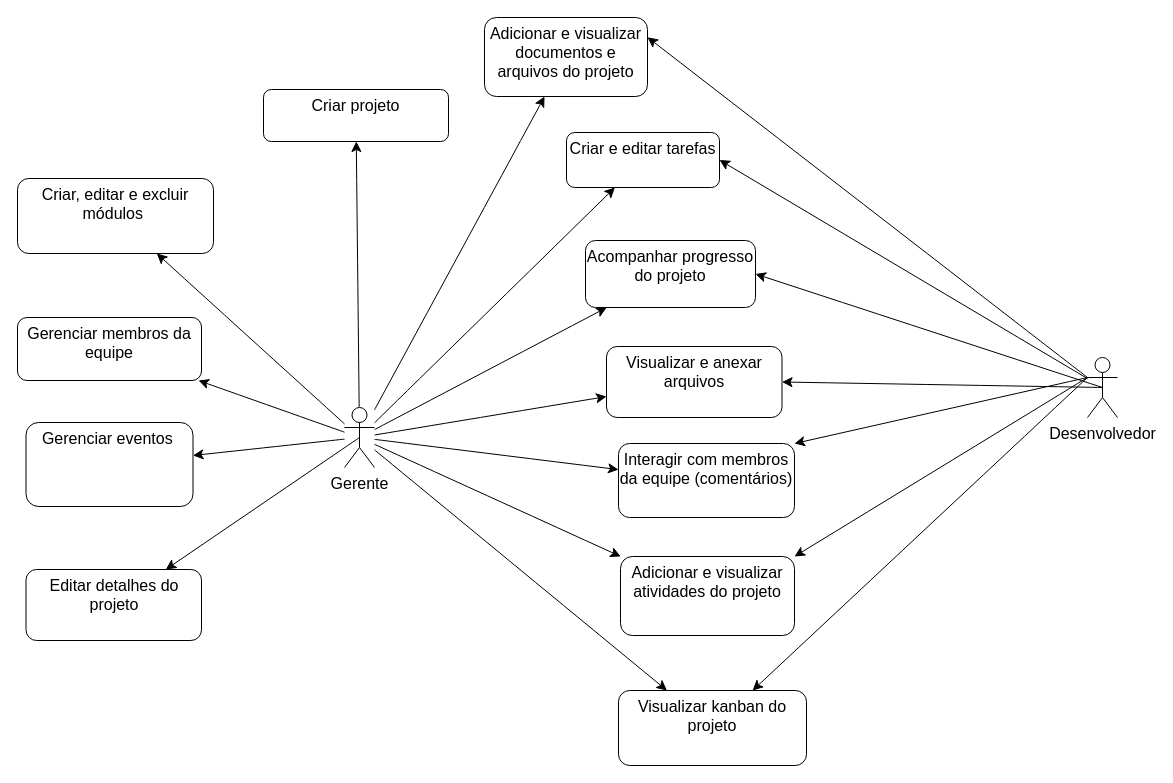
The draw.io diagram Questões/cdu.drawio in FlavioCandidoSilva/2020_1_POO, before the edit. Source tidied: cells renumbered, new cells numbered last; positions are measured from the earlier drawing's top-left corner, leaving out a move shared by most shapes. Both pictures are drawn from the tidied source at 100%, with x=0, y=0 at pixel (17, 17).
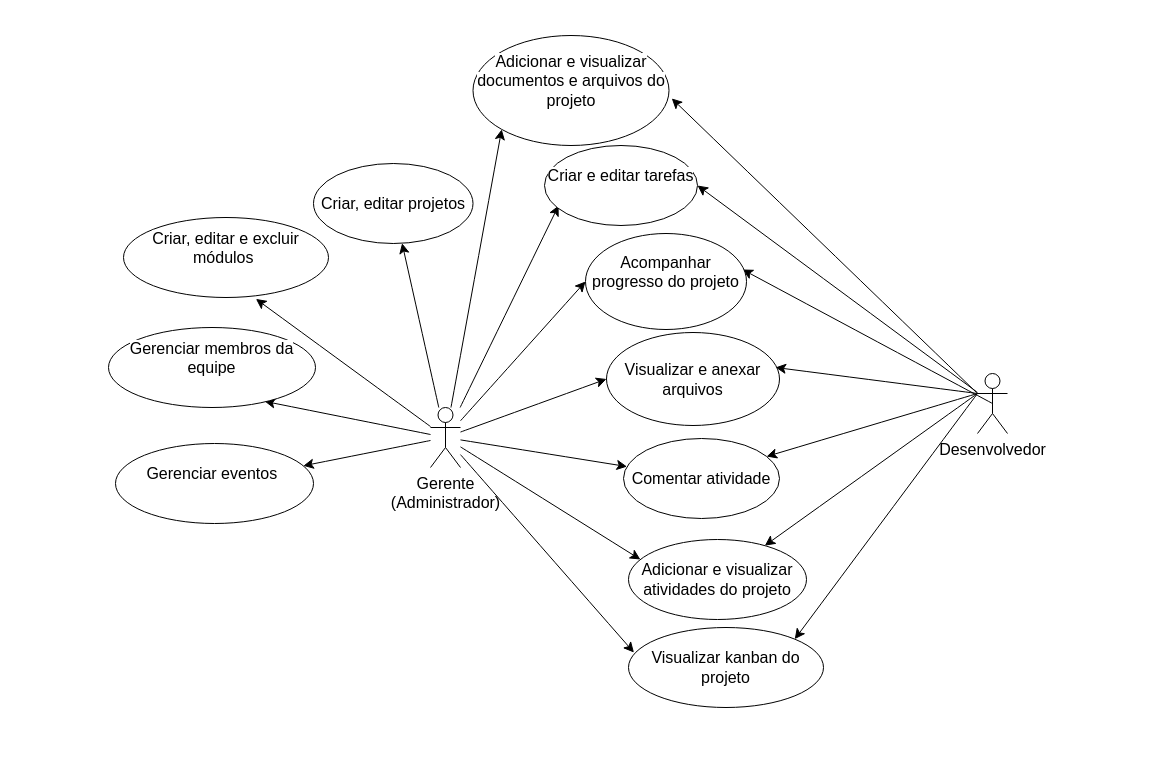
After the change.

The edit, as a diff of the source:
```diff
@@
-    <mxCell id="2" style="edgeStyle=none;curved=1;rounded=0;jettySize=auto;html=1;fontSize=12;startSize=8;endSize=8;" parent="1" edge="1" source="14" target="15">
+    <mxCell id="2" style="edgeStyle=none;curved=1;rounded=0;jettySize=auto;html=1;fontSize=12;startSize=8;endSize=8;" parent="1" edge="1" source="14" target="38">
       <mxGeometry relative="1" as="geometry" />
     </mxCell>
-    <mxCell id="3" style="edgeStyle=none;curved=1;rounded=0;jettySize=auto;html=1;fontSize=12;startSize=8;endSize=8;" parent="1" edge="1" source="14" target="16">
+    <mxCell id="3" style="edgeStyle=none;curved=1;rounded=0;jettySize=auto;html=1;fontSize=12;startSize=8;endSize=8;entryX=0.754;entryY=0.923;entryDx=0;entryDy=0;entryPerimeter=0;" parent="1" edge="1" source="14" target="16">
       <mxGeometry relative="1" as="geometry" />
     </mxCell>
-    <mxCell id="4" style="edgeStyle=none;curved=1;rounded=0;jettySize=auto;html=1;fontSize=12;startSize=8;endSize=8;" parent="1" edge="1" source="14" target="17">
+    <mxCell id="4" style="edgeStyle=none;curved=1;rounded=0;jettySize=auto;html=1;fontSize=12;startSize=8;endSize=8;entryX=0;entryY=0.5;entryDx=0;entryDy=0;" parent="1" edge="1" source="14" target="17">
       <mxGeometry relative="1" as="geometry" />
     </mxCell>
-    <mxCell id="5" style="edgeStyle=none;curved=1;rounded=0;jettySize=auto;html=1;fontSize=12;startSize=8;endSize=8;" parent="1" edge="1" source="14" target="18">
+    <mxCell id="5" style="edgeStyle=none;curved=1;rounded=0;jettySize=auto;html=1;fontSize=12;startSize=8;endSize=8;entryX=0;entryY=0.5;entryDx=0;entryDy=0;" parent="1" edge="1" source="14" target="18">
       <mxGeometry relative="1" as="geometry" />
     </mxCell>
-    <mxCell id="6" style="edgeStyle=none;curved=1;rounded=0;jettySize=auto;html=1;exitX=0.5;exitY=0.5;exitDx=0;exitDy=0;exitPerimeter=0;fontSize=12;startSize=8;endSize=8;" parent="1" edge="1" source="14" target="19">
-      <mxGeometry relative="1" as="geometry" />
-    </mxCell>
-    <mxCell id="7" style="edgeStyle=none;curved=1;rounded=0;jettySize=auto;html=1;fontSize=12;startSize=8;endSize=8;" parent="1" edge="1" source="14" target="20">
+    <mxCell id="7" style="edgeStyle=none;curved=1;rounded=0;jettySize=auto;html=1;fontSize=12;startSize=8;endSize=8;entryX=0.067;entryY=0.25;entryDx=0;entryDy=0;entryPerimeter=0;" parent="1" edge="1" source="14" target="20">
       <mxGeometry relative="1" as="geometry" />
     </mxCell>
-    <mxCell id="8" style="edgeStyle=none;curved=1;rounded=0;jettySize=auto;html=1;fontSize=12;startSize=8;endSize=8;" parent="1" edge="1" source="14" target="21">
+    <mxCell id="8" style="edgeStyle=none;curved=1;rounded=0;jettySize=auto;html=1;fontSize=12;startSize=8;endSize=8;entryX=0.092;entryY=0.75;entryDx=0;entryDy=0;entryPerimeter=0;" parent="1" edge="1" source="14" target="21">
       <mxGeometry relative="1" as="geometry" />
     </mxCell>
-    <mxCell id="9" style="edgeStyle=none;curved=1;rounded=0;jettySize=auto;html=1;fontSize=12;startSize=8;endSize=8;" parent="1" edge="1" source="14" target="22">
+    <mxCell id="9" style="edgeStyle=none;curved=1;rounded=0;jettySize=auto;html=1;fontSize=12;startSize=8;endSize=8;entryX=0;entryY=1;entryDx=0;entryDy=0;" parent="1" edge="1" source="14" target="22">
       <mxGeometry relative="1" as="geometry" />
     </mxCell>
-    <mxCell id="10" style="edgeStyle=none;curved=1;rounded=0;jettySize=auto;html=1;fontSize=12;startSize=8;endSize=8;" parent="1" edge="1" source="14" target="23">
+    <mxCell id="10" style="edgeStyle=none;curved=1;rounded=0;jettySize=auto;html=1;fontSize=12;startSize=8;endSize=8;" parent="1" edge="1" source="14" target="39">
       <mxGeometry relative="1" as="geometry" />
     </mxCell>
-    <mxCell id="11" style="edgeStyle=none;curved=1;rounded=0;jettySize=auto;html=1;fontSize=12;startSize=8;endSize=8;" parent="1" edge="1" source="14" target="24">
+    <mxCell id="11" style="edgeStyle=none;curved=1;rounded=0;jettySize=auto;html=1;fontSize=12;startSize=8;endSize=8;entryX=0.646;entryY=1.018;entryDx=0;entryDy=0;entryPerimeter=0;" parent="1" edge="1" source="14" target="24">
       <mxGeometry relative="1" as="geometry" />
     </mxCell>
@@
-    <mxCell id="13" style="edgeStyle=none;curved=1;rounded=0;jettySize=auto;html=1;fontSize=12;startSize=8;endSize=8;" parent="1" edge="1" source="14" target="34">
+    <mxCell id="13" style="edgeStyle=none;curved=1;rounded=0;jettySize=auto;html=1;fontSize=12;startSize=8;endSize=8;entryX=0.028;entryY=0.313;entryDx=0;entryDy=0;entryPerimeter=0;" parent="1" edge="1" source="14" target="34">
       <mxGeometry relative="1" as="geometry" />
     </mxCell>
-    <mxCell id="14" value="Gerente" style="shape=umlActor;verticalLabelPosition=bottom;verticalAlign=top;html=1;outlineConnect=0;fontSize=16;" parent="1" vertex="1">
-      <mxGeometry x="327" y="390" width="30" height="60" as="geometry" />
+    <mxCell id="14" value="Gerente &lt;br&gt;(Administrador)" style="shape=umlActor;verticalLabelPosition=bottom;verticalAlign=top;html=1;outlineConnect=0;fontSize=16;" parent="1" vertex="1">
+      <mxGeometry x="413" y="390" width="30" height="60" as="geometry" />
     </mxCell>
-    <mxCell id="15" value="Criar projeto" style="rounded=1;whiteSpace=wrap;html=1;fontSize=16;verticalAlign=top;" parent="1" vertex="1">
-      <mxGeometry x="246" y="72" width="185" height="52" as="geometry" />
-    </mxCell>
-    <mxCell id="16" value="Gerenciar membros da equipe" style="rounded=1;whiteSpace=wrap;html=1;fontSize=16;verticalAlign=top;" parent="1" vertex="1">
-      <mxGeometry y="300" width="184" height="63" as="geometry" />
-    </mxCell>
-    <mxCell id="17" value="Acompanhar progresso do projeto" style="rounded=1;whiteSpace=wrap;html=1;fontSize=16;verticalAlign=top;" parent="1" vertex="1">
-      <mxGeometry x="568" y="223" width="170" height="67" as="geometry" />
-    </mxCell>
-    <mxCell id="18" value="Visualizar e anexar arquivos&lt;br&gt;&amp;nbsp;" style="rounded=1;whiteSpace=wrap;html=1;fontSize=16;verticalAlign=top;" parent="1" vertex="1">
-      <mxGeometry x="589" y="329" width="175.5" height="71" as="geometry" />
-    </mxCell>
-    <mxCell id="19" value="Editar detalhes do projeto" style="rounded=1;whiteSpace=wrap;html=1;fontSize=16;verticalAlign=top;" parent="1" vertex="1">
-      <mxGeometry x="8.5" y="552" width="175.5" height="71" as="geometry" />
-    </mxCell>
-    <mxCell id="20" value="Adicionar e visualizar atividades do projeto" style="rounded=1;whiteSpace=wrap;html=1;fontSize=16;verticalAlign=top;" parent="1" vertex="1">
-      <mxGeometry x="603" y="539" width="174" height="79" as="geometry" />
-    </mxCell>
-    <mxCell id="21" value="Criar e editar tarefas" style="rounded=1;whiteSpace=wrap;html=1;fontSize=16;verticalAlign=top;" parent="1" vertex="1">
-      <mxGeometry x="549" y="115" width="153" height="55" as="geometry" />
-    </mxCell>
-    <mxCell id="22" value="Adicionar e visualizar documentos e arquivos do projeto" style="rounded=1;whiteSpace=wrap;html=1;fontSize=16;verticalAlign=top;" parent="1" vertex="1">
-      <mxGeometry x="467" width="163" height="79" as="geometry" />
-    </mxCell>
-    <mxCell id="23" value="Interagir com membros da equipe (comentários)" style="rounded=1;whiteSpace=wrap;html=1;fontSize=16;verticalAlign=top;" parent="1" vertex="1">
-      <mxGeometry x="601" y="426" width="176" height="74" as="geometry" />
-    </mxCell>
-    <mxCell id="24" value="Criar, editar e excluir módulos&amp;nbsp;" style="rounded=1;whiteSpace=wrap;html=1;fontSize=16;verticalAlign=top;" parent="1" vertex="1">
-      <mxGeometry y="161" width="196" height="75" as="geometry" />
-    </mxCell>
@@
-    <mxCell id="26" style="edgeStyle=none;curved=1;rounded=0;jettySize=auto;html=1;exitX=0;exitY=0.3333333333333333;exitDx=0;exitDy=0;exitPerimeter=0;entryX=1;entryY=0.25;entryDx=0;entryDy=0;fontSize=12;startSize=8;endSize=8;" parent="1" edge="1" source="32" target="22">
+    <mxCell id="26" style="edgeStyle=none;curved=1;rounded=0;jettySize=auto;html=1;exitX=0;exitY=0.3333333333333333;exitDx=0;exitDy=0;exitPerimeter=0;entryX=1.014;entryY=0.572;entryDx=0;entryDy=0;fontSize=12;startSize=8;endSize=8;entryPerimeter=0;" parent="1" edge="1" source="32" target="22">
       <mxGeometry relative="1" as="geometry" />
     </mxCell>
-    <mxCell id="27" style="edgeStyle=none;curved=1;rounded=0;jettySize=auto;html=1;exitX=0.5;exitY=0.5;exitDx=0;exitDy=0;exitPerimeter=0;entryX=1;entryY=0.5;entryDx=0;entryDy=0;fontSize=12;startSize=8;endSize=8;" parent="1" edge="1" source="32" target="17">
+    <mxCell id="27" style="edgeStyle=none;curved=1;rounded=0;jettySize=auto;html=1;exitX=0.5;exitY=0.5;exitDx=0;exitDy=0;exitPerimeter=0;entryX=0.975;entryY=0.375;entryDx=0;entryDy=0;fontSize=12;startSize=8;endSize=8;entryPerimeter=0;" parent="1" edge="1" source="32" target="17">
       <mxGeometry relative="1" as="geometry" />
     </mxCell>
-    <mxCell id="28" style="edgeStyle=none;curved=1;rounded=0;jettySize=auto;html=1;exitX=0.5;exitY=0.5;exitDx=0;exitDy=0;exitPerimeter=0;entryX=1;entryY=0.5;entryDx=0;entryDy=0;fontSize=12;startSize=8;endSize=8;" parent="1" edge="1" source="32" target="18">
+    <mxCell id="28" style="edgeStyle=none;curved=1;rounded=0;jettySize=auto;html=1;exitX=0;exitY=0.3333333333333333;exitDx=0;exitDy=0;exitPerimeter=0;entryX=0.977;entryY=0.376;entryDx=0;entryDy=0;entryPerimeter=0;fontSize=12;startSize=8;endSize=8;" parent="1" edge="1" source="32" target="18">
       <mxGeometry relative="1" as="geometry" />
     </mxCell>
-    <mxCell id="29" style="edgeStyle=none;curved=1;rounded=0;jettySize=auto;html=1;exitX=0;exitY=0.3333333333333333;exitDx=0;exitDy=0;exitPerimeter=0;entryX=1;entryY=0;entryDx=0;entryDy=0;fontSize=12;startSize=8;endSize=8;" parent="1" edge="1" source="32" target="23">
-      <mxGeometry relative="1" as="geometry" />
-    </mxCell>
-    <mxCell id="30" style="edgeStyle=none;curved=1;rounded=0;jettySize=auto;html=1;entryX=1;entryY=0;entryDx=0;entryDy=0;fontSize=12;startSize=8;endSize=8;" parent="1" edge="1" target="20">
-      <mxGeometry relative="1" as="geometry">
-        <mxPoint x="1070" y="360" as="sourcePoint" />
-      </mxGeometry>
-    </mxCell>
+    <mxCell id="36" style="edgeStyle=none;curved=1;rounded=0;jettySize=auto;html=1;exitX=0;exitY=0.3333333333333333;exitDx=0;exitDy=0;exitPerimeter=0;entryX=0.917;entryY=0.225;entryDx=0;entryDy=0;entryPerimeter=0;fontSize=12;startSize=8;endSize=8;" parent="1" edge="1" source="32" target="39">
+      <mxGeometry relative="1" as="geometry" />
+    </mxCell>
+    <mxCell id="37" style="edgeStyle=none;curved=1;rounded=0;jettySize=auto;html=1;exitX=0;exitY=0.3333333333333333;exitDx=0;exitDy=0;exitPerimeter=0;fontSize=12;startSize=8;endSize=8;" parent="1" edge="1" source="32" target="20">
+      <mxGeometry relative="1" as="geometry" />
+    </mxCell>
-    <mxCell id="31" style="edgeStyle=none;curved=1;rounded=0;jettySize=auto;html=1;exitX=0;exitY=0.3333333333333333;exitDx=0;exitDy=0;exitPerimeter=0;fontSize=12;startSize=8;endSize=8;" parent="1" edge="1" source="32" target="34">
+    <mxCell id="31" style="edgeStyle=none;curved=1;rounded=0;jettySize=auto;html=1;exitX=0;exitY=0.3333333333333333;exitDx=0;exitDy=0;exitPerimeter=0;entryX=1;entryY=0;entryDx=0;entryDy=0;fontSize=12;startSize=8;endSize=8;" parent="1" edge="1" source="32" target="34">
       <mxGeometry relative="1" as="geometry" />
     </mxCell>
     <mxCell id="32" value="Desenvolvedor" style="shape=umlActor;verticalLabelPosition=bottom;verticalAlign=top;html=1;outlineConnect=0;fontSize=16;" parent="1" vertex="1">
-      <mxGeometry x="1070" y="340" width="30" height="60" as="geometry" />
+      <mxGeometry x="960" y="356" width="30" height="60" as="geometry" />
     </mxCell>
+    <mxCell id="35" style="edgeStyle=none;curved=1;rounded=0;orthogonalLoop=1;jettySize=auto;html=1;exitX=0;exitY=1;exitDx=0;exitDy=0;exitPerimeter=0;fontSize=12;startSize=8;endSize=8;" parent="1" edge="1" source="32" target="32">
+      <mxGeometry relative="1" as="geometry" />
+    </mxCell>
+    <mxCell id="24" value="&#10;&lt;span style=&quot;color: rgb(0, 0, 0); font-family: Helvetica; font-size: 16px; font-style: normal; font-variant-ligatures: normal; font-variant-caps: normal; font-weight: 400; letter-spacing: normal; orphans: 2; text-align: center; text-indent: 0px; text-transform: none; widows: 2; word-spacing: 0px; -webkit-text-stroke-width: 0px; background-color: rgb(255, 255, 255); text-decoration-thickness: initial; text-decoration-style: initial; text-decoration-color: initial; float: none; display: inline !important;&quot;&gt;Criar, editar e excluir módulos&amp;nbsp;&lt;/span&gt;&#10;&#10;" style="ellipse;whiteSpace=wrap;html=1;fontSize=16;" parent="1" vertex="1">
+      <mxGeometry x="106" y="200" width="205" height="80" as="geometry" />
+    </mxCell>
+    <mxCell id="16" value="&#10;&lt;span style=&quot;color: rgb(0, 0, 0); font-family: Helvetica; font-size: 16px; font-style: normal; font-variant-ligatures: normal; font-variant-caps: normal; font-weight: 400; letter-spacing: normal; orphans: 2; text-align: center; text-indent: 0px; text-transform: none; widows: 2; word-spacing: 0px; -webkit-text-stroke-width: 0px; background-color: rgb(255, 255, 255); text-decoration-thickness: initial; text-decoration-style: initial; text-decoration-color: initial; float: none; display: inline !important;&quot;&gt;Gerenciar membros da equipe&lt;/span&gt;&#10;&#10;" style="ellipse;whiteSpace=wrap;html=1;fontSize=16;" parent="1" vertex="1">
+      <mxGeometry x="91" y="310" width="207" height="80" as="geometry" />
+    </mxCell>
-    <mxCell id="33" value="Gerenciar eventos&amp;nbsp;" style="rounded=1;whiteSpace=wrap;html=1;fontSize=16;verticalAlign=top;" parent="1" vertex="1">
-      <mxGeometry x="8.5" y="405" width="167" height="84" as="geometry" />
+    <mxCell id="33" value="&#10;&lt;span style=&quot;color: rgb(0, 0, 0); font-family: Helvetica; font-size: 16px; font-style: normal; font-variant-ligatures: normal; font-variant-caps: normal; font-weight: 400; letter-spacing: normal; orphans: 2; text-align: center; text-indent: 0px; text-transform: none; widows: 2; word-spacing: 0px; -webkit-text-stroke-width: 0px; background-color: rgb(255, 255, 255); text-decoration-thickness: initial; text-decoration-style: initial; text-decoration-color: initial; float: none; display: inline !important;&quot;&gt;Gerenciar eventos&amp;nbsp;&lt;/span&gt;&#10;&#10;" style="ellipse;whiteSpace=wrap;html=1;fontSize=16;" parent="1" vertex="1">
+      <mxGeometry x="98" y="426" width="198" height="80" as="geometry" />
     </mxCell>
+    <mxCell id="38" value="Criar, editar projetos" style="ellipse;whiteSpace=wrap;html=1;fontSize=16;" parent="1" vertex="1">
+      <mxGeometry x="296" y="146" width="159.5" height="80" as="geometry" />
+    </mxCell>
+    <mxCell id="22" value="&#10;&lt;span style=&quot;color: rgb(0, 0, 0); font-family: Helvetica; font-size: 16px; font-style: normal; font-variant-ligatures: normal; font-variant-caps: normal; font-weight: 400; letter-spacing: normal; orphans: 2; text-align: center; text-indent: 0px; text-transform: none; widows: 2; word-spacing: 0px; -webkit-text-stroke-width: 0px; background-color: rgb(255, 255, 255); text-decoration-thickness: initial; text-decoration-style: initial; text-decoration-color: initial; float: none; display: inline !important;&quot;&gt;Adicionar e visualizar documentos e arquivos do projeto&lt;/span&gt;&#10;&#10;" style="ellipse;whiteSpace=wrap;html=1;fontSize=16;" parent="1" vertex="1">
+      <mxGeometry x="455.5" y="18" width="196" height="110" as="geometry" />
+    </mxCell>
+    <mxCell id="21" value="&#10;&lt;span style=&quot;color: rgb(0, 0, 0); font-family: Helvetica; font-size: 16px; font-style: normal; font-variant-ligatures: normal; font-variant-caps: normal; font-weight: 400; letter-spacing: normal; orphans: 2; text-align: center; text-indent: 0px; text-transform: none; widows: 2; word-spacing: 0px; -webkit-text-stroke-width: 0px; background-color: rgb(255, 255, 255); text-decoration-thickness: initial; text-decoration-style: initial; text-decoration-color: initial; float: none; display: inline !important;&quot;&gt;Criar e editar tarefas&lt;/span&gt;&#10;&#10;" style="ellipse;whiteSpace=wrap;html=1;fontSize=16;" parent="1" vertex="1">
+      <mxGeometry x="527" y="128" width="153" height="80" as="geometry" />
+    </mxCell>
+    <mxCell id="17" value="&#10;&lt;span style=&quot;color: rgb(0, 0, 0); font-family: Helvetica; font-size: 16px; font-style: normal; font-variant-ligatures: normal; font-variant-caps: normal; font-weight: 400; letter-spacing: normal; orphans: 2; text-align: center; text-indent: 0px; text-transform: none; widows: 2; word-spacing: 0px; -webkit-text-stroke-width: 0px; background-color: rgb(255, 255, 255); text-decoration-thickness: initial; text-decoration-style: initial; text-decoration-color: initial; float: none; display: inline !important;&quot;&gt;Acompanhar progresso do projeto&lt;/span&gt;&#10;&#10;" style="ellipse;whiteSpace=wrap;html=1;fontSize=16;" parent="1" vertex="1">
+      <mxGeometry x="568" y="216" width="161" height="96" as="geometry" />
+    </mxCell>
+    <mxCell id="18" value="Visualizar e anexar arquivos" style="ellipse;whiteSpace=wrap;html=1;fontSize=16;" parent="1" vertex="1">
+      <mxGeometry x="589" y="315" width="173" height="93" as="geometry" />
+    </mxCell>
+    <mxCell id="39" value="Comentar atividade" style="ellipse;whiteSpace=wrap;html=1;fontSize=16;" parent="1" vertex="1">
+      <mxGeometry x="606" y="421" width="156" height="80" as="geometry" />
+    </mxCell>
+    <mxCell id="20" value="Adicionar e visualizar atividades do projeto" style="ellipse;whiteSpace=wrap;html=1;fontSize=16;" parent="1" vertex="1">
+      <mxGeometry x="611" y="522" width="178" height="80" as="geometry" />
+    </mxCell>
-    <mxCell id="34" value="Visualizar kanban do projeto" style="rounded=1;whiteSpace=wrap;html=1;fontSize=16;verticalAlign=top;" parent="1" vertex="1">
-      <mxGeometry x="601" y="673" width="188" height="75" as="geometry" />
+    <mxCell id="34" value="Visualizar kanban do projeto" style="ellipse;whiteSpace=wrap;html=1;fontSize=16;" parent="1" vertex="1">
+      <mxGeometry x="611" y="610" width="195" height="80" as="geometry" />
     </mxCell>
-    <mxCell id="35" style="edgeStyle=none;curved=1;rounded=0;orthogonalLoop=1;jettySize=auto;html=1;exitX=0;exitY=1;exitDx=0;exitDy=0;exitPerimeter=0;fontSize=12;startSize=8;endSize=8;" parent="1" edge="1" source="32" target="32">
-      <mxGeometry relative="1" as="geometry" />
-    </mxCell>
```
